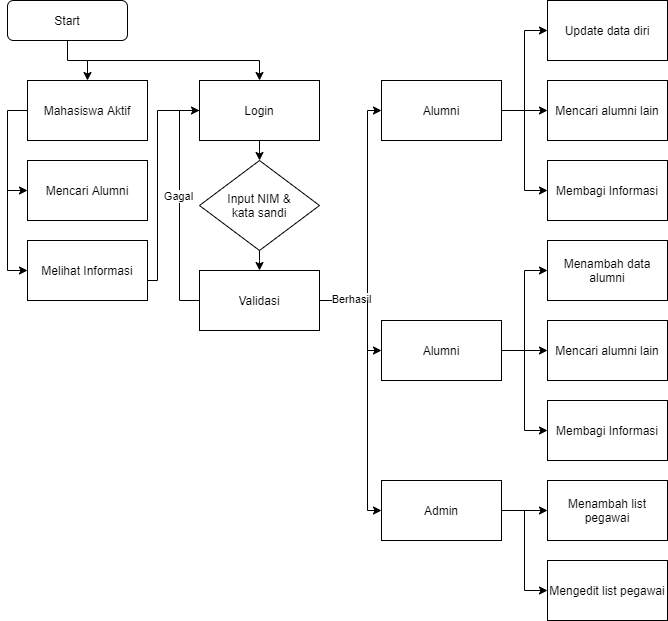
Before: flowchart.png, a diagram exported from draw.io (DwikiAffandi/flowchart). Source tidied: cells renumbered, new cells last; positions are measured from the earlier drawing's top-left corner, leaving out a move shared by most shapes. Its diagram source:
```xml
<mxGraphModel>
  <root>
    <mxCell id="0" />
    <mxCell id="1" parent="0" />
    <mxCell id="2" style="edgeStyle=elbowEdgeStyle;rounded=0;jettySize=auto;elbow=vertical;html=1;exitX=0.5;exitY=1;exitDx=0;exitDy=0;entryX=0.5;entryY=0;entryDx=0;entryDy=0;" parent="1" edge="1" source="3" target="5">
      <mxGeometry relative="1" as="geometry" />
    </mxCell>
    <mxCell id="3" value="Start" style="rounded=1;whiteSpace=wrap;html=1;" parent="1" vertex="1">
      <mxGeometry width="120" height="40" as="geometry" />
    </mxCell>
    <mxCell id="4" style="edgeStyle=orthogonalEdgeStyle;rounded=0;jettySize=auto;html=1;entryX=0;entryY=0.5;entryDx=0;entryDy=0;" parent="1" edge="1" source="5" target="7">
      <mxGeometry relative="1" as="geometry">
        <Array as="points">
          <mxPoint y="110" />
          <mxPoint y="270" />
        </Array>
      </mxGeometry>
    </mxCell>
    <mxCell id="5" value="Mahasiswa Aktif" style="rounded=0;whiteSpace=wrap;html=1;" parent="1" vertex="1">
      <mxGeometry x="20" y="80" width="120" height="60" as="geometry" />
    </mxCell>
    <mxCell id="6" style="edgeStyle=orthogonalEdgeStyle;rounded=0;jettySize=auto;html=1;" parent="1" edge="1" source="7">
      <mxGeometry relative="1" as="geometry">
        <mxPoint x="210" y="110" as="targetPoint" />
        <Array as="points">
          <mxPoint x="150" y="280" />
          <mxPoint x="150" y="110" />
        </Array>
      </mxGeometry>
    </mxCell>
    <mxCell id="7" value="Melihat Informasi" style="rounded=0;whiteSpace=wrap;html=1;" parent="1" vertex="1">
      <mxGeometry x="20" y="240" width="120" height="60" as="geometry" />
    </mxCell>
    <mxCell id="8" style="edgeStyle=elbowEdgeStyle;rounded=0;jettySize=auto;elbow=vertical;html=1;entryX=0.5;entryY=0;entryDx=0;entryDy=0;" parent="1" edge="1" target="10">
      <mxGeometry relative="1" as="geometry">
        <mxPoint x="80" y="60" as="sourcePoint" />
        <Array as="points">
          <mxPoint x="180" y="60" />
        </Array>
      </mxGeometry>
    </mxCell>
    <mxCell id="9" style="edgeStyle=elbowEdgeStyle;rounded=0;jettySize=auto;elbow=vertical;html=1;" parent="1" edge="1" source="10" target="17">
      <mxGeometry relative="1" as="geometry" />
    </mxCell>
    <mxCell id="10" value="Login" style="rounded=0;whiteSpace=wrap;html=1;" parent="1" vertex="1">
      <mxGeometry x="192" y="80" width="120" height="60" as="geometry" />
    </mxCell>
    <mxCell id="11" style="edgeStyle=elbowEdgeStyle;rounded=0;jettySize=auto;elbow=vertical;html=1;entryX=0;entryY=0.5;entryDx=0;entryDy=0;" parent="1" edge="1" source="15" target="10">
      <mxGeometry relative="1" as="geometry">
        <Array as="points">
          <mxPoint x="172" y="190" />
        </Array>
      </mxGeometry>
    </mxCell>
    <mxCell id="12" value="Gagal" style="edgeLabel;html=1;align=center;verticalAlign=middle;" parent="11" vertex="1">
      <mxGeometry x="0.09" y="2" relative="1" as="geometry" />
    </mxCell>
    <mxCell id="13" style="edgeStyle=orthogonalEdgeStyle;rounded=0;jettySize=auto;html=1;entryX=0;entryY=0.5;entryDx=0;entryDy=0;" parent="1" edge="1" source="15" target="23">
      <mxGeometry relative="1" as="geometry">
        <Array as="points">
          <mxPoint x="360" y="300" />
          <mxPoint x="360" y="110" />
        </Array>
      </mxGeometry>
    </mxCell>
    <mxCell id="14" value="Berhasil" style="edgeLabel;html=1;align=center;verticalAlign=middle;" parent="13" vertex="1">
      <mxGeometry x="-0.75" y="2" relative="1" as="geometry" />
    </mxCell>
    <mxCell id="15" value="Validasi" style="rounded=0;whiteSpace=wrap;html=1;" parent="1" vertex="1">
      <mxGeometry x="192" y="270" width="120" height="60" as="geometry" />
    </mxCell>
    <mxCell id="16" style="edgeStyle=elbowEdgeStyle;rounded=0;jettySize=auto;elbow=vertical;html=1;" parent="1" edge="1" source="17" target="15">
      <mxGeometry relative="1" as="geometry" />
    </mxCell>
    <mxCell id="17" value="Input NIM &amp;amp;&lt;br&gt;kata sandi" style="rhombus;whiteSpace=wrap;html=1;" parent="1" vertex="1">
      <mxGeometry x="192" y="160" width="120" height="90" as="geometry" />
    </mxCell>
    <mxCell id="18" style="edgeStyle=orthogonalEdgeStyle;rounded=0;jettySize=auto;html=1;exitX=0;exitY=0.5;exitDx=0;exitDy=0;entryX=0;entryY=0.5;entryDx=0;entryDy=0;" parent="1" edge="1" target="19">
      <mxGeometry relative="1" as="geometry">
        <mxPoint y="190" as="sourcePoint" />
      </mxGeometry>
    </mxCell>
    <mxCell id="19" value="Mencari Alumni" style="rounded=0;whiteSpace=wrap;html=1;" parent="1" vertex="1">
      <mxGeometry x="20" y="160" width="120" height="60" as="geometry" />
    </mxCell>
    <mxCell id="20" style="edgeStyle=orthogonalEdgeStyle;rounded=0;jettySize=auto;html=1;entryX=0;entryY=0.5;entryDx=0;entryDy=0;" parent="1" edge="1" source="23" target="26">
      <mxGeometry relative="1" as="geometry" />
    </mxCell>
    <mxCell id="21" style="edgeStyle=orthogonalEdgeStyle;rounded=0;jettySize=auto;html=1;entryX=0;entryY=0.5;entryDx=0;entryDy=0;" parent="1" edge="1" source="23" target="24">
      <mxGeometry relative="1" as="geometry" />
    </mxCell>
    <mxCell id="22" style="edgeStyle=orthogonalEdgeStyle;rounded=0;jettySize=auto;html=1;entryX=0;entryY=0.5;entryDx=0;entryDy=0;" parent="1" edge="1" source="23" target="25">
      <mxGeometry relative="1" as="geometry" />
    </mxCell>
    <mxCell id="23" value="Alumni" style="rounded=0;whiteSpace=wrap;html=1;" parent="1" vertex="1">
      <mxGeometry x="374" y="80" width="120" height="60" as="geometry" />
    </mxCell>
    <mxCell id="24" value="Membagi Informasi" style="rounded=0;whiteSpace=wrap;html=1;" parent="1" vertex="1">
      <mxGeometry x="540" y="160" width="120" height="60" as="geometry" />
    </mxCell>
    <mxCell id="25" value="Mencari alumni lain" style="rounded=0;whiteSpace=wrap;html=1;" parent="1" vertex="1">
      <mxGeometry x="540" y="80" width="120" height="60" as="geometry" />
    </mxCell>
    <mxCell id="26" value="Update data diri" style="rounded=0;whiteSpace=wrap;html=1;" parent="1" vertex="1">
      <mxGeometry x="540" width="120" height="60" as="geometry" />
    </mxCell>
    <mxCell id="27" style="edgeStyle=orthogonalEdgeStyle;rounded=0;jettySize=auto;html=1;entryX=0;entryY=0.5;entryDx=0;entryDy=0;" parent="1" edge="1" source="31" target="34">
      <mxGeometry relative="1" as="geometry" />
    </mxCell>
    <mxCell id="28" style="edgeStyle=orthogonalEdgeStyle;rounded=0;jettySize=auto;html=1;entryX=0;entryY=0.5;entryDx=0;entryDy=0;" parent="1" edge="1" source="31" target="32">
      <mxGeometry relative="1" as="geometry" />
    </mxCell>
    <mxCell id="29" style="edgeStyle=orthogonalEdgeStyle;rounded=0;jettySize=auto;html=1;entryX=0;entryY=0.5;entryDx=0;entryDy=0;" parent="1" edge="1" source="31" target="33">
      <mxGeometry relative="1" as="geometry" />
    </mxCell>
    <mxCell id="30" style="edgeStyle=orthogonalEdgeStyle;rounded=0;jettySize=auto;html=1;" parent="1" edge="1" target="31">
      <mxGeometry relative="1" as="geometry">
        <mxPoint x="360" y="300" as="sourcePoint" />
        <Array as="points">
          <mxPoint x="360" y="350" />
        </Array>
      </mxGeometry>
    </mxCell>
    <mxCell id="31" value="Alumni" style="rounded=0;whiteSpace=wrap;html=1;" parent="1" vertex="1">
      <mxGeometry x="374" y="320" width="120" height="60" as="geometry" />
    </mxCell>
    <mxCell id="32" value="Membagi Informasi" style="rounded=0;whiteSpace=wrap;html=1;" parent="1" vertex="1">
      <mxGeometry x="540" y="400" width="120" height="60" as="geometry" />
    </mxCell>
    <mxCell id="33" value="Mencari alumni lain" style="rounded=0;whiteSpace=wrap;html=1;" parent="1" vertex="1">
      <mxGeometry x="540" y="320" width="120" height="60" as="geometry" />
    </mxCell>
    <mxCell id="34" value="Menambah data alumni" style="rounded=0;whiteSpace=wrap;html=1;" parent="1" vertex="1">
      <mxGeometry x="540" y="240" width="120" height="60" as="geometry" />
    </mxCell>
    <mxCell id="35" style="edgeStyle=orthogonalEdgeStyle;rounded=0;jettySize=auto;html=1;entryX=0;entryY=0.5;entryDx=0;entryDy=0;" parent="1" edge="1" source="38" target="39">
      <mxGeometry relative="1" as="geometry" />
    </mxCell>
    <mxCell id="36" style="edgeStyle=orthogonalEdgeStyle;rounded=0;jettySize=auto;html=1;entryX=0;entryY=0.5;entryDx=0;entryDy=0;" parent="1" edge="1" source="38" target="40">
      <mxGeometry relative="1" as="geometry" />
    </mxCell>
    <mxCell id="37" style="edgeStyle=orthogonalEdgeStyle;rounded=0;jettySize=auto;html=1;" parent="1" edge="1" target="38">
      <mxGeometry relative="1" as="geometry">
        <mxPoint x="360" y="350" as="sourcePoint" />
        <Array as="points">
          <mxPoint x="360" y="510" />
        </Array>
      </mxGeometry>
    </mxCell>
    <mxCell id="38" value="Admin" style="rounded=0;whiteSpace=wrap;html=1;" parent="1" vertex="1">
      <mxGeometry x="374" y="480" width="120" height="60" as="geometry" />
    </mxCell>
    <mxCell id="39" value="Mengedit list pegawai" style="rounded=0;whiteSpace=wrap;html=1;" parent="1" vertex="1">
      <mxGeometry x="540" y="560" width="120" height="60" as="geometry" />
    </mxCell>
    <mxCell id="40" value="Menambah list pegawai" style="rounded=0;whiteSpace=wrap;html=1;" parent="1" vertex="1">
      <mxGeometry x="540" y="480" width="120" height="60" as="geometry" />
    </mxCell>
  </root>
</mxGraphModel>
```
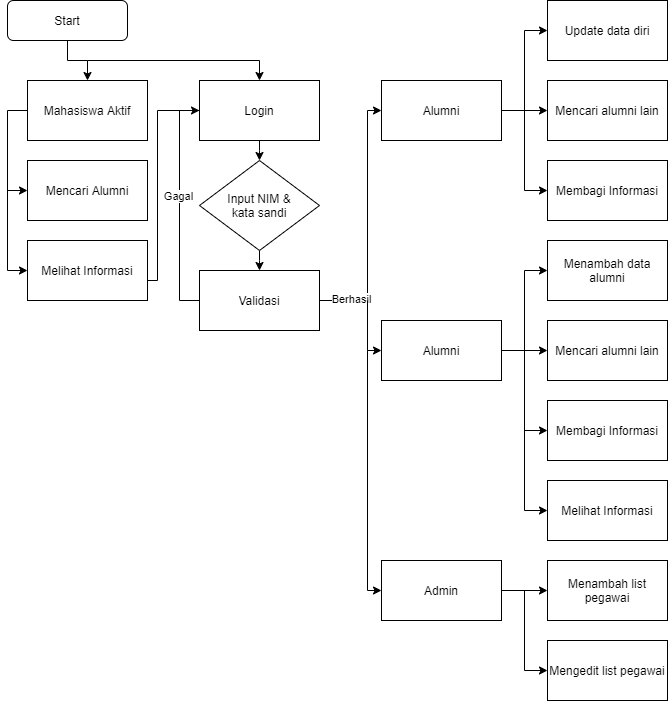
After the change.

The edit, as a diff of the source:
```diff
@@ -121,6 +121,9 @@
         </Array>
       </mxGeometry>
     </mxCell>
+    <mxCell id="41" style="edgeStyle=orthogonalEdgeStyle;rounded=0;jettySize=auto;html=1;entryX=0;entryY=0.5;entryDx=0;entryDy=0;" parent="1" edge="1" source="31" target="42">
+      <mxGeometry relative="1" as="geometry" />
+    </mxCell>
     <mxCell id="31" value="Alumni" style="rounded=0;whiteSpace=wrap;html=1;" parent="1" vertex="1">
       <mxGeometry x="374" y="320" width="120" height="60" as="geometry" />
     </mxCell>
@@ -143,18 +146,21 @@
       <mxGeometry relative="1" as="geometry">
         <mxPoint x="360" y="350" as="sourcePoint" />
         <Array as="points">
-          <mxPoint x="360" y="510" />
+          <mxPoint x="360" y="590" />
         </Array>
       </mxGeometry>
     </mxCell>
     <mxCell id="38" value="Admin" style="rounded=0;whiteSpace=wrap;html=1;" parent="1" vertex="1">
-      <mxGeometry x="374" y="480" width="120" height="60" as="geometry" />
+      <mxGeometry x="374" y="560" width="120" height="60" as="geometry" />
     </mxCell>
     <mxCell id="39" value="Mengedit list pegawai" style="rounded=0;whiteSpace=wrap;html=1;" parent="1" vertex="1">
-      <mxGeometry x="540" y="560" width="120" height="60" as="geometry" />
+      <mxGeometry x="540" y="640" width="120" height="60" as="geometry" />
     </mxCell>
     <mxCell id="40" value="Menambah list pegawai" style="rounded=0;whiteSpace=wrap;html=1;" parent="1" vertex="1">
-      <mxGeometry x="540" y="480" width="120" height="60" as="geometry" />
+      <mxGeometry x="540" y="560" width="120" height="60" as="geometry" />
     </mxCell>
+    <mxCell id="42" value="Melihat Informasi" style="rounded=0;whiteSpace=wrap;html=1;" parent="1" vertex="1">
+      <mxGeometry x="540" y="480" width="120" height="60" as="geometry" />
+    </mxCell>
   </root>
 </mxGraphModel>
```
